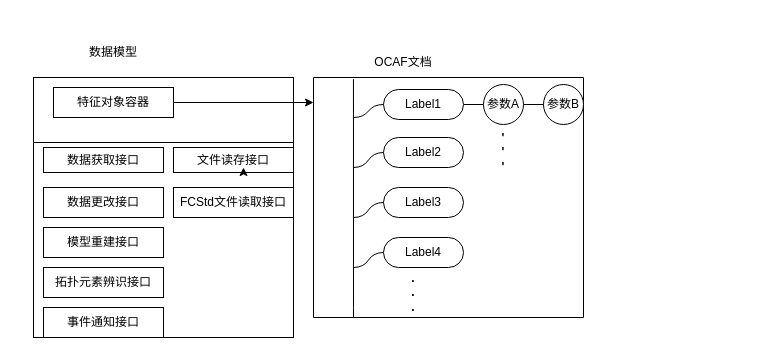
The draw.io diagram 数据模型图.drawio in liuhuliuhu123/First-test, before the edit. Source tidied: cells renumbered, new cells numbered last; positions are measured from the earlier drawing's top-left corner, leaving out a move shared by most shapes. Both pictures are drawn from the tidied source at 100%, with x=0, y=0 at pixel (33, 37).
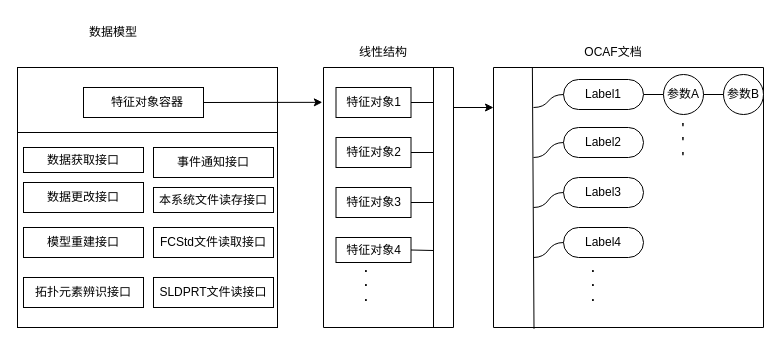
The same diagram, later.

Commit message:
更新数据模型图.drawio

Change to the diagram source:
```diff
@@
     <mxCell id="2" style="whiteSpace=wrap;html=1;" parent="1" vertex="1">
-      <mxGeometry y="40" width="260" height="260" as="geometry" />
+      <mxGeometry x="-16" y="30" width="260" height="260" as="geometry" />
     </mxCell>
@@
     <mxCell id="4" value="数据模型" style="text;html=1;strokeColor=none;fillColor=none;align=center;verticalAlign=middle;whiteSpace=wrap;rounded=0;" parent="1" vertex="1">
-      <mxGeometry x="50" width="60" height="30" as="geometry" />
+      <mxGeometry x="50" y="-20" width="60" height="30" as="geometry" />
     </mxCell>
     <mxCell id="5" style="rounded=0;whiteSpace=wrap;html=1;" parent="1" vertex="1">
-      <mxGeometry x="20" y="50" width="120" height="30" as="geometry" />
+      <mxGeometry x="50" y="50" width="120" height="30" as="geometry" />
     </mxCell>
     <mxCell id="6" value="特征对象容器" style="text;html=1;strokeColor=none;fillColor=none;align=center;verticalAlign=middle;whiteSpace=wrap;rounded=0;" parent="1" vertex="1">
-      <mxGeometry x="40" y="50" width="80" height="30" as="geometry" />
+      <mxGeometry x="74" y="50" width="80" height="30" as="geometry" />
     </mxCell>
     <mxCell id="7" value="数据获取接口" style="rounded=0;whiteSpace=wrap;html=1;" parent="1" vertex="1">
-      <mxGeometry x="10" y="110" width="120" height="25" as="geometry" />
+      <mxGeometry x="-10" y="110" width="120" height="25" as="geometry" />
     </mxCell>
     <mxCell id="8" value="数据更改接口" style="rounded=0;whiteSpace=wrap;html=1;" parent="1" vertex="1">
-      <mxGeometry x="10" y="150" width="120" height="30" as="geometry" />
+      <mxGeometry x="-10" y="145" width="120" height="30" as="geometry" />
     </mxCell>
     <mxCell id="9" value="模型重建接口" style="rounded=0;whiteSpace=wrap;html=1;" parent="1" vertex="1">
-      <mxGeometry x="10" y="190" width="120" height="30" as="geometry" />
+      <mxGeometry x="-10" y="190" width="120" height="30" as="geometry" />
     </mxCell>
     <mxCell id="10" value="拓扑元素辨识接口" style="rounded=0;whiteSpace=wrap;html=1;" parent="1" vertex="1">
-      <mxGeometry x="10" y="230" width="120" height="30" as="geometry" />
+      <mxGeometry x="-10" y="240" width="120" height="30" as="geometry" />
     </mxCell>
-    <mxCell id="11" style="endArrow=classic;html=1;rounded=0;exitX=1;exitY=0.5;exitDx=0;exitDy=0;" parent="1" edge="1" source="5">
-      <mxGeometry relative="1" as="geometry">
-        <mxPoint x="280" y="65" as="targetPoint" />
-      </mxGeometry>
-    </mxCell>
     <mxCell id="12" style="swimlane;startSize=0;" parent="1" vertex="1">
-      <mxGeometry x="280" y="40" width="270" height="240" as="geometry" />
+      <mxGeometry x="460" y="30" width="270" height="260" as="geometry" />
     </mxCell>
@@
     <mxCell id="27" value="OCAF文档" style="text;html=1;strokeColor=none;fillColor=none;align=center;verticalAlign=middle;whiteSpace=wrap;rounded=0;" parent="1" vertex="1">
-      <mxGeometry x="340" y="10" width="60" height="30" as="geometry" />
+      <mxGeometry x="550" width="60" height="30" as="geometry" />
     </mxCell>
-    <mxCell id="28" style="endArrow=none;html=1;rounded=0;exitX=0.148;exitY=0.007;exitDx=0;exitDy=0;exitPerimeter=0;" parent="1" edge="1" source="12">
-      <mxGeometry relative="1" as="geometry">
-        <mxPoint x="320" y="280" as="targetPoint" />
-        <Array as="points">
-          <mxPoint x="320" y="270" />
-          <mxPoint x="320" y="270" />
-        </Array>
-      </mxGeometry>
-    </mxCell>
     <mxCell id="29" value="事件通知接口" style="rounded=0;whiteSpace=wrap;html=1;" parent="1" vertex="1">
-      <mxGeometry x="10" y="270" width="120" height="30" as="geometry" />
+      <mxGeometry x="120" y="110" width="120" height="30" as="geometry" />
     </mxCell>
-    <mxCell id="30" value="文件读存接口" style="rounded=0;whiteSpace=wrap;html=1;" parent="1" vertex="1">
-      <mxGeometry x="140" y="110" width="120" height="25" as="geometry" />
+    <mxCell id="30" value="本系统文件读存接口" style="rounded=0;whiteSpace=wrap;html=1;" parent="1" vertex="1">
+      <mxGeometry x="120" y="150" width="120" height="25" as="geometry" />
     </mxCell>
     <mxCell id="31" value="FCStd文件读取接口" style="rounded=0;whiteSpace=wrap;html=1;" parent="1" vertex="1">
-      <mxGeometry x="140" y="150" width="120" height="30" as="geometry" />
+      <mxGeometry x="120" y="190" width="120" height="30" as="geometry" />
     </mxCell>
-    <mxCell id="32" style="edgeStyle=orthogonalEdgeStyle;rounded=0;orthogonalLoop=1;jettySize=auto;html=1;exitX=0.5;exitY=1;exitDx=0;exitDy=0;entryX=0.583;entryY=0.8;entryDx=0;entryDy=0;entryPerimeter=0;" parent="1" edge="1" source="30" target="30">
-      <mxGeometry relative="1" as="geometry" />
-    </mxCell>
+    <mxCell id="33" style="endArrow=none;html=1;rounded=0;entryX=0.144;entryY=0.002;entryDx=0;entryDy=0;entryPerimeter=0;exitX=0.15;exitY=1.005;exitDx=0;exitDy=0;exitPerimeter=0;" parent="1" edge="1" source="12" target="12">
+      <mxGeometry relative="1" as="geometry" />
+    </mxCell>
+    <mxCell id="34" value="线性结构" style="text;html=1;strokeColor=none;fillColor=none;align=center;verticalAlign=middle;whiteSpace=wrap;rounded=0;" parent="1" vertex="1">
+      <mxGeometry x="320" width="60" height="30" as="geometry" />
+    </mxCell>
+    <mxCell id="35" style="swimlane;startSize=0;" parent="1" vertex="1">
+      <mxGeometry x="290" y="30" width="130" height="260" as="geometry" />
+    </mxCell>
+    <mxCell id="36" value="特征对象1" style="rounded=0;whiteSpace=wrap;html=1;" parent="35" vertex="1">
+      <mxGeometry x="12.5" y="20" width="75" height="30" as="geometry" />
+    </mxCell>
+    <mxCell id="37" value="特征对象4" style="rounded=0;whiteSpace=wrap;html=1;" parent="35" vertex="1">
+      <mxGeometry x="12.5" y="170" width="75" height="25" as="geometry" />
+    </mxCell>
+    <mxCell id="38" value="特征对象3" style="rounded=0;whiteSpace=wrap;html=1;" parent="35" vertex="1">
+      <mxGeometry x="12.5" y="120" width="75" height="30" as="geometry" />
+    </mxCell>
+    <mxCell id="39" value="特征对象2" style="rounded=0;whiteSpace=wrap;html=1;" parent="35" vertex="1">
+      <mxGeometry x="12.5" y="70" width="75" height="30" as="geometry" />
+    </mxCell>
+    <mxCell id="40" value="&lt;b&gt;.&lt;br&gt;.&lt;br&gt;.&lt;/b&gt;" style="text;html=1;strokeColor=none;fillColor=none;align=center;verticalAlign=middle;whiteSpace=wrap;rounded=0;" parent="35" vertex="1">
+      <mxGeometry x="12.5" y="200" width="60" height="30" as="geometry" />
+    </mxCell>
+    <mxCell id="41" style="endArrow=none;html=1;rounded=0;" parent="1" edge="1">
+      <mxGeometry relative="1" as="geometry">
+        <mxPoint x="400" y="290" as="sourcePoint" />
+        <mxPoint x="400" y="30" as="targetPoint" />
+      </mxGeometry>
+    </mxCell>
+    <mxCell id="42" style="endArrow=none;html=1;rounded=0;exitX=1;exitY=0.5;exitDx=0;exitDy=0;" parent="1" edge="1" source="36">
+      <mxGeometry relative="1" as="geometry">
+        <mxPoint x="400" y="65" as="targetPoint" />
+      </mxGeometry>
+    </mxCell>
+    <mxCell id="43" style="endArrow=none;html=1;rounded=0;exitX=1;exitY=0.5;exitDx=0;exitDy=0;" parent="1" edge="1" source="39">
+      <mxGeometry relative="1" as="geometry">
+        <mxPoint x="400" y="115" as="targetPoint" />
+      </mxGeometry>
+    </mxCell>
+    <mxCell id="44" style="endArrow=none;html=1;rounded=0;exitX=1;exitY=0.5;exitDx=0;exitDy=0;" parent="1" edge="1" source="38">
+      <mxGeometry relative="1" as="geometry">
+        <mxPoint x="400" y="165" as="targetPoint" />
+      </mxGeometry>
+    </mxCell>
+    <mxCell id="45" style="endArrow=none;html=1;rounded=0;exitX=1;exitY=0.5;exitDx=0;exitDy=0;" parent="1" edge="1" source="37">
+      <mxGeometry relative="1" as="geometry">
+        <mxPoint x="400" y="213" as="targetPoint" />
+      </mxGeometry>
+    </mxCell>
+    <mxCell id="46" style="endArrow=classic;html=1;rounded=0;" parent="1" edge="1">
+      <mxGeometry relative="1" as="geometry">
+        <mxPoint x="420" y="70" as="sourcePoint" />
+        <mxPoint x="460" y="70" as="targetPoint" />
+      </mxGeometry>
+    </mxCell>
+    <mxCell id="47" value="SLDPRT文件读接口" style="rounded=0;whiteSpace=wrap;html=1;" parent="1" vertex="1">
+      <mxGeometry x="120" y="240" width="120" height="30" as="geometry" />
+    </mxCell>
+    <mxCell id="48" style="endArrow=classic;html=1;rounded=0;exitX=1;exitY=0.5;exitDx=0;exitDy=0;entryX=-0.009;entryY=0.134;entryDx=0;entryDy=0;entryPerimeter=0;" parent="1" edge="1" source="5" target="35">
+      <mxGeometry relative="1" as="geometry" />
+    </mxCell>
```
